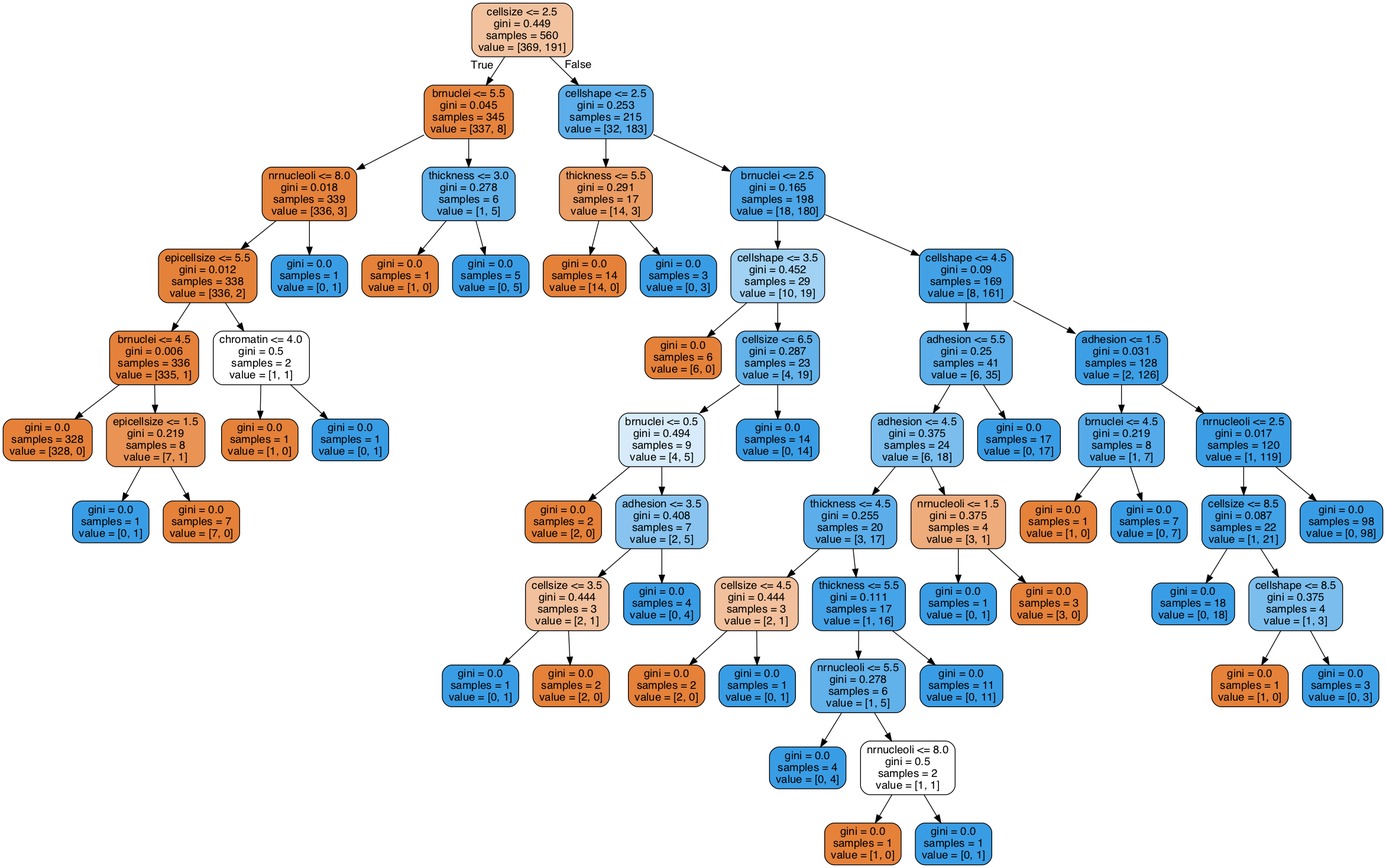
Earlier version of the Graphviz export DS_ml_techniques_3/bc_gini.png (ryanarbow/uw_data_science). Its source is kept beside it as DS_ml_techniques_3/bc_gini.dot. Its diagram source:
```dot
digraph Tree {
node [shape=box, style="filled, rounded", color="black", fontname=helvetica] ;
edge [fontname=helvetica] ;
0 [label="cellsize <= 2.5\ngini = 0.449\nsamples = 560\nvalue = [369, 191]", fillcolor="#f2c29f"] ;
1 [label="brnuclei <= 5.5\ngini = 0.045\nsamples = 345\nvalue = [337, 8]", fillcolor="#e6843e"] ;
0 -> 1 [labeldistance=2.5, labelangle=45, headlabel="True"] ;
2 [label="nrnucleoli <= 8.0\ngini = 0.018\nsamples = 339\nvalue = [336, 3]", fillcolor="#e5823b"] ;
1 -> 2 ;
3 [label="epicellsize <= 5.5\ngini = 0.012\nsamples = 338\nvalue = [336, 2]", fillcolor="#e5823a"] ;
2 -> 3 ;
4 [label="brnuclei <= 4.5\ngini = 0.006\nsamples = 336\nvalue = [335, 1]", fillcolor="#e5813a"] ;
3 -> 4 ;
5 [label="gini = 0.0\nsamples = 328\nvalue = [328, 0]", fillcolor="#e58139"] ;
4 -> 5 ;
6 [label="epicellsize <= 1.5\ngini = 0.219\nsamples = 8\nvalue = [7, 1]", fillcolor="#e99355"] ;
4 -> 6 ;
7 [label="gini = 0.0\nsamples = 1\nvalue = [0, 1]", fillcolor="#399de5"] ;
6 -> 7 ;
8 [label="gini = 0.0\nsamples = 7\nvalue = [7, 0]", fillcolor="#e58139"] ;
6 -> 8 ;
9 [label="chromatin <= 4.0\ngini = 0.5\nsamples = 2\nvalue = [1, 1]", fillcolor="#ffffff"] ;
3 -> 9 ;
10 [label="gini = 0.0\nsamples = 1\nvalue = [1, 0]", fillcolor="#e58139"] ;
9 -> 10 ;
11 [label="gini = 0.0\nsamples = 1\nvalue = [0, 1]", fillcolor="#399de5"] ;
9 -> 11 ;
12 [label="gini = 0.0\nsamples = 1\nvalue = [0, 1]", fillcolor="#399de5"] ;
2 -> 12 ;
13 [label="thickness <= 3.0\ngini = 0.278\nsamples = 6\nvalue = [1, 5]", fillcolor="#61b1ea"] ;
1 -> 13 ;
14 [label="gini = 0.0\nsamples = 1\nvalue = [1, 0]", fillcolor="#e58139"] ;
13 -> 14 ;
15 [label="gini = 0.0\nsamples = 5\nvalue = [0, 5]", fillcolor="#399de5"] ;
13 -> 15 ;
16 [label="cellshape <= 2.5\ngini = 0.253\nsamples = 215\nvalue = [32, 183]", fillcolor="#5caeea"] ;
0 -> 16 [labeldistance=2.5, labelangle=-45, headlabel="False"] ;
17 [label="thickness <= 5.5\ngini = 0.291\nsamples = 17\nvalue = [14, 3]", fillcolor="#eb9c63"] ;
16 -> 17 ;
18 [label="gini = 0.0\nsamples = 14\nvalue = [14, 0]", fillcolor="#e58139"] ;
17 -> 18 ;
19 [label="gini = 0.0\nsamples = 3\nvalue = [0, 3]", fillcolor="#399de5"] ;
17 -> 19 ;
20 [label="brnuclei <= 2.5\ngini = 0.165\nsamples = 198\nvalue = [18, 180]", fillcolor="#4da7e8"] ;
16 -> 20 ;
21 [label="cellshape <= 3.5\ngini = 0.452\nsamples = 29\nvalue = [10, 19]", fillcolor="#a1d1f3"] ;
20 -> 21 ;
22 [label="gini = 0.0\nsamples = 6\nvalue = [6, 0]", fillcolor="#e58139"] ;
21 -> 22 ;
23 [label="cellsize <= 6.5\ngini = 0.287\nsamples = 23\nvalue = [4, 19]", fillcolor="#63b2ea"] ;
21 -> 23 ;
24 [label="brnuclei <= 0.5\ngini = 0.494\nsamples = 9\nvalue = [4, 5]", fillcolor="#d7ebfa"] ;
23 -> 24 ;
25 [label="gini = 0.0\nsamples = 2\nvalue = [2, 0]", fillcolor="#e58139"] ;
24 -> 25 ;
26 [label="adhesion <= 3.5\ngini = 0.408\nsamples = 7\nvalue = [2, 5]", fillcolor="#88c4ef"] ;
24 -> 26 ;
27 [label="cellsize <= 3.5\ngini = 0.444\nsamples = 3\nvalue = [2, 1]", fillcolor="#f2c09c"] ;
26 -> 27 ;
28 [label="gini = 0.0\nsamples = 1\nvalue = [0, 1]", fillcolor="#399de5"] ;
27 -> 28 ;
29 [label="gini = 0.0\nsamples = 2\nvalue = [2, 0]", fillcolor="#e58139"] ;
27 -> 29 ;
30 [label="gini = 0.0\nsamples = 4\nvalue = [0, 4]", fillcolor="#399de5"] ;
26 -> 30 ;
31 [label="gini = 0.0\nsamples = 14\nvalue = [0, 14]", fillcolor="#399de5"] ;
23 -> 31 ;
32 [label="cellshape <= 4.5\ngini = 0.09\nsamples = 169\nvalue = [8, 161]", fillcolor="#43a2e6"] ;
20 -> 32 ;
33 [label="adhesion <= 5.5\ngini = 0.25\nsamples = 41\nvalue = [6, 35]", fillcolor="#5baee9"] ;
32 -> 33 ;
34 [label="adhesion <= 4.5\ngini = 0.375\nsamples = 24\nvalue = [6, 18]", fillcolor="#7bbeee"] ;
33 -> 34 ;
35 [label="thickness <= 4.5\ngini = 0.255\nsamples = 20\nvalue = [3, 17]", fillcolor="#5caeea"] ;
34 -> 35 ;
36 [label="cellsize <= 4.5\ngini = 0.444\nsamples = 3\nvalue = [2, 1]", fillcolor="#f2c09c"] ;
35 -> 36 ;
37 [label="gini = 0.0\nsamples = 2\nvalue = [2, 0]", fillcolor="#e58139"] ;
36 -> 37 ;
38 [label="gini = 0.0\nsamples = 1\nvalue = [0, 1]", fillcolor="#399de5"] ;
36 -> 38 ;
39 [label="thickness <= 5.5\ngini = 0.111\nsamples = 17\nvalue = [1, 16]", fillcolor="#45a3e7"] ;
35 -> 39 ;
40 [label="nrnucleoli <= 5.5\ngini = 0.278\nsamples = 6\nvalue = [1, 5]", fillcolor="#61b1ea"] ;
39 -> 40 ;
41 [label="gini = 0.0\nsamples = 4\nvalue = [0, 4]", fillcolor="#399de5"] ;
40 -> 41 ;
42 [label="nrnucleoli <= 8.0\ngini = 0.5\nsamples = 2\nvalue = [1, 1]", fillcolor="#ffffff"] ;
40 -> 42 ;
43 [label="gini = 0.0\nsamples = 1\nvalue = [1, 0]", fillcolor="#e58139"] ;
42 -> 43 ;
44 [label="gini = 0.0\nsamples = 1\nvalue = [0, 1]", fillcolor="#399de5"] ;
42 -> 44 ;
45 [label="gini = 0.0\nsamples = 11\nvalue = [0, 11]", fillcolor="#399de5"] ;
39 -> 45 ;
46 [label="nrnucleoli <= 1.5\ngini = 0.375\nsamples = 4\nvalue = [3, 1]", fillcolor="#eeab7b"] ;
34 -> 46 ;
47 [label="gini = 0.0\nsamples = 1\nvalue = [0, 1]", fillcolor="#399de5"] ;
46 -> 47 ;
48 [label="gini = 0.0\nsamples = 3\nvalue = [3, 0]", fillcolor="#e58139"] ;
46 -> 48 ;
49 [label="gini = 0.0\nsamples = 17\nvalue = [0, 17]", fillcolor="#399de5"] ;
33 -> 49 ;
50 [label="adhesion <= 1.5\ngini = 0.031\nsamples = 128\nvalue = [2, 126]", fillcolor="#3c9fe5"] ;
32 -> 50 ;
51 [label="brnuclei <= 4.5\ngini = 0.219\nsamples = 8\nvalue = [1, 7]", fillcolor="#55abe9"] ;
50 -> 51 ;
52 [label="gini = 0.0\nsamples = 1\nvalue = [1, 0]", fillcolor="#e58139"] ;
51 -> 52 ;
53 [label="gini = 0.0\nsamples = 7\nvalue = [0, 7]", fillcolor="#399de5"] ;
51 -> 53 ;
54 [label="nrnucleoli <= 2.5\ngini = 0.017\nsamples = 120\nvalue = [1, 119]", fillcolor="#3b9ee5"] ;
50 -> 54 ;
55 [label="cellsize <= 8.5\ngini = 0.087\nsamples = 22\nvalue = [1, 21]", fillcolor="#42a2e6"] ;
54 -> 55 ;
56 [label="gini = 0.0\nsamples = 18\nvalue = [0, 18]", fillcolor="#399de5"] ;
55 -> 56 ;
57 [label="cellshape <= 8.5\ngini = 0.375\nsamples = 4\nvalue = [1, 3]", fillcolor="#7bbeee"] ;
55 -> 57 ;
58 [label="gini = 0.0\nsamples = 1\nvalue = [1, 0]", fillcolor="#e58139"] ;
57 -> 58 ;
59 [label="gini = 0.0\nsamples = 3\nvalue = [0, 3]", fillcolor="#399de5"] ;
57 -> 59 ;
60 [label="gini = 0.0\nsamples = 98\nvalue = [0, 98]", fillcolor="#399de5"] ;
54 -> 60 ;
}
```
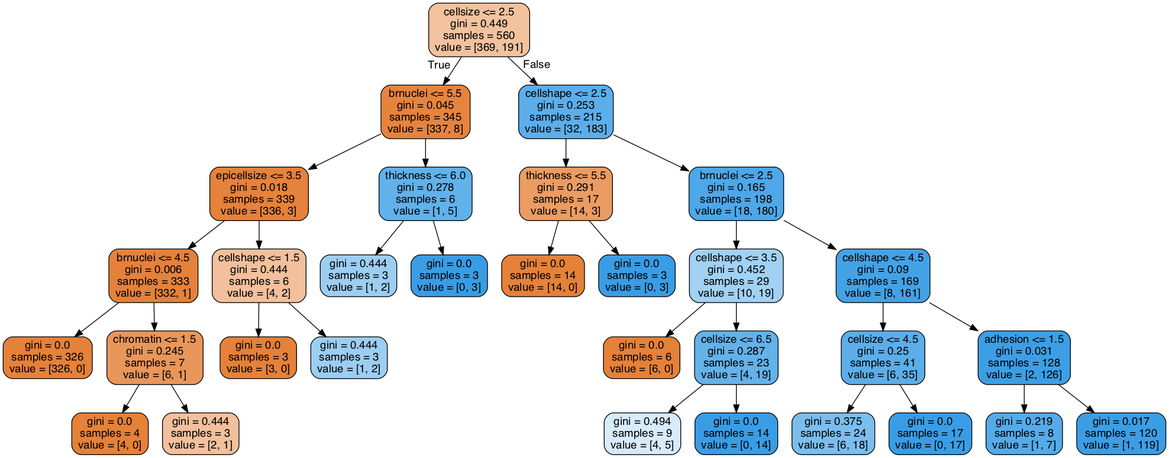
Above is the later version.

What changed in the source:
```diff
@@ -4,122 +4,62 @@
 0 [label="cellsize <= 2.5\ngini = 0.449\nsamples = 560\nvalue = [369, 191]", fillcolor="#f2c29f"] ;
 1 [label="brnuclei <= 5.5\ngini = 0.045\nsamples = 345\nvalue = [337, 8]", fillcolor="#e6843e"] ;
 0 -> 1 [labeldistance=2.5, labelangle=45, headlabel="True"] ;
-2 [label="nrnucleoli <= 8.0\ngini = 0.018\nsamples = 339\nvalue = [336, 3]", fillcolor="#e5823b"] ;
-1 -> 2 ;
-3 [label="epicellsize <= 5.5\ngini = 0.012\nsamples = 338\nvalue = [336, 2]", fillcolor="#e5823a"] ;
+5 [label="epicellsize <= 3.5\ngini = 0.018\nsamples = 339\nvalue = [336, 3]", fillcolor="#e5823b"] ;
+1 -> 5 ;
+15 [label="brnuclei <= 4.5\ngini = 0.006\nsamples = 333\nvalue = [332, 1]", fillcolor="#e5813a"] ;
+5 -> 15 ;
+25 [label="gini = 0.0\nsamples = 326\nvalue = [326, 0]", fillcolor="#e58139"] ;
+15 -> 25 ;
+26 [label="chromatin <= 1.5\ngini = 0.245\nsamples = 7\nvalue = [6, 1]", fillcolor="#e9965a"] ;
+15 -> 26 ;
+27 [label="gini = 0.0\nsamples = 4\nvalue = [4, 0]", fillcolor="#e58139"] ;
+26 -> 27 ;
+28 [label="gini = 0.444\nsamples = 3\nvalue = [2, 1]", fillcolor="#f2c09c"] ;
+26 -> 28 ;
+16 [label="cellshape <= 1.5\ngini = 0.444\nsamples = 6\nvalue = [4, 2]", fillcolor="#f2c09c"] ;
+5 -> 16 ;
+17 [label="gini = 0.0\nsamples = 3\nvalue = [3, 0]", fillcolor="#e58139"] ;
+16 -> 17 ;
+18 [label="gini = 0.444\nsamples = 3\nvalue = [1, 2]", fillcolor="#9ccef2"] ;
+16 -> 18 ;
+6 [label="thickness <= 6.0\ngini = 0.278\nsamples = 6\nvalue = [1, 5]", fillcolor="#61b1ea"] ;
+1 -> 6 ;
+23 [label="gini = 0.444\nsamples = 3\nvalue = [1, 2]", fillcolor="#9ccef2"] ;
+6 -> 23 ;
+24 [label="gini = 0.0\nsamples = 3\nvalue = [0, 3]", fillcolor="#399de5"] ;
+6 -> 24 ;
+2 [label="cellshape <= 2.5\ngini = 0.253\nsamples = 215\nvalue = [32, 183]", fillcolor="#5caeea"] ;
+0 -> 2 [labeldistance=2.5, labelangle=-45, headlabel="False"] ;
+3 [label="thickness <= 5.5\ngini = 0.291\nsamples = 17\nvalue = [14, 3]", fillcolor="#eb9c63"] ;
 2 -> 3 ;
-4 [label="brnuclei <= 4.5\ngini = 0.006\nsamples = 336\nvalue = [335, 1]", fillcolor="#e5813a"] ;
-3 -> 4 ;
-5 [label="gini = 0.0\nsamples = 328\nvalue = [328, 0]", fillcolor="#e58139"] ;
-4 -> 5 ;
-6 [label="epicellsize <= 1.5\ngini = 0.219\nsamples = 8\nvalue = [7, 1]", fillcolor="#e99355"] ;
-4 -> 6 ;
-7 [label="gini = 0.0\nsamples = 1\nvalue = [0, 1]", fillcolor="#399de5"] ;
-6 -> 7 ;
-8 [label="gini = 0.0\nsamples = 7\nvalue = [7, 0]", fillcolor="#e58139"] ;
-6 -> 8 ;
-9 [label="chromatin <= 4.0\ngini = 0.5\nsamples = 2\nvalue = [1, 1]", fillcolor="#ffffff"] ;
-3 -> 9 ;
-10 [label="gini = 0.0\nsamples = 1\nvalue = [1, 0]", fillcolor="#e58139"] ;
-9 -> 10 ;
-11 [label="gini = 0.0\nsamples = 1\nvalue = [0, 1]", fillcolor="#399de5"] ;
+7 [label="gini = 0.0\nsamples = 14\nvalue = [14, 0]", fillcolor="#e58139"] ;
+3 -> 7 ;
+8 [label="gini = 0.0\nsamples = 3\nvalue = [0, 3]", fillcolor="#399de5"] ;
+3 -> 8 ;
+4 [label="brnuclei <= 2.5\ngini = 0.165\nsamples = 198\nvalue = [18, 180]", fillcolor="#4da7e8"] ;
+2 -> 4 ;
+9 [label="cellshape <= 3.5\ngini = 0.452\nsamples = 29\nvalue = [10, 19]", fillcolor="#a1d1f3"] ;
+4 -> 9 ;
+11 [label="gini = 0.0\nsamples = 6\nvalue = [6, 0]", fillcolor="#e58139"] ;
 9 -> 11 ;
-12 [label="gini = 0.0\nsamples = 1\nvalue = [0, 1]", fillcolor="#399de5"] ;
-2 -> 12 ;
-13 [label="thickness <= 3.0\ngini = 0.278\nsamples = 6\nvalue = [1, 5]", fillcolor="#61b1ea"] ;
-1 -> 13 ;
-14 [label="gini = 0.0\nsamples = 1\nvalue = [1, 0]", fillcolor="#e58139"] ;
-13 -> 14 ;
-15 [label="gini = 0.0\nsamples = 5\nvalue = [0, 5]", fillcolor="#399de5"] ;
-13 -> 15 ;
-16 [label="cellshape <= 2.5\ngini = 0.253\nsamples = 215\nvalue = [32, 183]", fillcolor="#5caeea"] ;
-0 -> 16 [labeldistance=2.5, labelangle=-45, headlabel="False"] ;
-17 [label="thickness <= 5.5\ngini = 0.291\nsamples = 17\nvalue = [14, 3]", fillcolor="#eb9c63"] ;
-16 -> 17 ;
-18 [label="gini = 0.0\nsamples = 14\nvalue = [14, 0]", fillcolor="#e58139"] ;
-17 -> 18 ;
-19 [label="gini = 0.0\nsamples = 3\nvalue = [0, 3]", fillcolor="#399de5"] ;
-17 -> 19 ;
-20 [label="brnuclei <= 2.5\ngini = 0.165\nsamples = 198\nvalue = [18, 180]", fillcolor="#4da7e8"] ;
-16 -> 20 ;
-21 [label="cellshape <= 3.5\ngini = 0.452\nsamples = 29\nvalue = [10, 19]", fillcolor="#a1d1f3"] ;
-20 -> 21 ;
-22 [label="gini = 0.0\nsamples = 6\nvalue = [6, 0]", fillcolor="#e58139"] ;
-21 -> 22 ;
-23 [label="cellsize <= 6.5\ngini = 0.287\nsamples = 23\nvalue = [4, 19]", fillcolor="#63b2ea"] ;
-21 -> 23 ;
-24 [label="brnuclei <= 0.5\ngini = 0.494\nsamples = 9\nvalue = [4, 5]", fillcolor="#d7ebfa"] ;
-23 -> 24 ;
-25 [label="gini = 0.0\nsamples = 2\nvalue = [2, 0]", fillcolor="#e58139"] ;
-24 -> 25 ;
-26 [label="adhesion <= 3.5\ngini = 0.408\nsamples = 7\nvalue = [2, 5]", fillcolor="#88c4ef"] ;
-24 -> 26 ;
-27 [label="cellsize <= 3.5\ngini = 0.444\nsamples = 3\nvalue = [2, 1]", fillcolor="#f2c09c"] ;
-26 -> 27 ;
-28 [label="gini = 0.0\nsamples = 1\nvalue = [0, 1]", fillcolor="#399de5"] ;
-27 -> 28 ;
-29 [label="gini = 0.0\nsamples = 2\nvalue = [2, 0]", fillcolor="#e58139"] ;
-27 -> 29 ;
-30 [label="gini = 0.0\nsamples = 4\nvalue = [0, 4]", fillcolor="#399de5"] ;
-26 -> 30 ;
-31 [label="gini = 0.0\nsamples = 14\nvalue = [0, 14]", fillcolor="#399de5"] ;
-23 -> 31 ;
-32 [label="cellshape <= 4.5\ngini = 0.09\nsamples = 169\nvalue = [8, 161]", fillcolor="#43a2e6"] ;
-20 -> 32 ;
-33 [label="adhesion <= 5.5\ngini = 0.25\nsamples = 41\nvalue = [6, 35]", fillcolor="#5baee9"] ;
-32 -> 33 ;
-34 [label="adhesion <= 4.5\ngini = 0.375\nsamples = 24\nvalue = [6, 18]", fillcolor="#7bbeee"] ;
-33 -> 34 ;
-35 [label="thickness <= 4.5\ngini = 0.255\nsamples = 20\nvalue = [3, 17]", fillcolor="#5caeea"] ;
-34 -> 35 ;
-36 [label="cellsize <= 4.5\ngini = 0.444\nsamples = 3\nvalue = [2, 1]", fillcolor="#f2c09c"] ;
-35 -> 36 ;
-37 [label="gini = 0.0\nsamples = 2\nvalue = [2, 0]", fillcolor="#e58139"] ;
-36 -> 37 ;
-38 [label="gini = 0.0\nsamples = 1\nvalue = [0, 1]", fillcolor="#399de5"] ;
-36 -> 38 ;
-39 [label="thickness <= 5.5\ngini = 0.111\nsamples = 17\nvalue = [1, 16]", fillcolor="#45a3e7"] ;
-35 -> 39 ;
-40 [label="nrnucleoli <= 5.5\ngini = 0.278\nsamples = 6\nvalue = [1, 5]", fillcolor="#61b1ea"] ;
-39 -> 40 ;
-41 [label="gini = 0.0\nsamples = 4\nvalue = [0, 4]", fillcolor="#399de5"] ;
-40 -> 41 ;
-42 [label="nrnucleoli <= 8.0\ngini = 0.5\nsamples = 2\nvalue = [1, 1]", fillcolor="#ffffff"] ;
-40 -> 42 ;
-43 [label="gini = 0.0\nsamples = 1\nvalue = [1, 0]", fillcolor="#e58139"] ;
-42 -> 43 ;
-44 [label="gini = 0.0\nsamples = 1\nvalue = [0, 1]", fillcolor="#399de5"] ;
-42 -> 44 ;
-45 [label="gini = 0.0\nsamples = 11\nvalue = [0, 11]", fillcolor="#399de5"] ;
-39 -> 45 ;
-46 [label="nrnucleoli <= 1.5\ngini = 0.375\nsamples = 4\nvalue = [3, 1]", fillcolor="#eeab7b"] ;
-34 -> 46 ;
-47 [label="gini = 0.0\nsamples = 1\nvalue = [0, 1]", fillcolor="#399de5"] ;
-46 -> 47 ;
-48 [label="gini = 0.0\nsamples = 3\nvalue = [3, 0]", fillcolor="#e58139"] ;
-46 -> 48 ;
-49 [label="gini = 0.0\nsamples = 17\nvalue = [0, 17]", fillcolor="#399de5"] ;
-33 -> 49 ;
-50 [label="adhesion <= 1.5\ngini = 0.031\nsamples = 128\nvalue = [2, 126]", fillcolor="#3c9fe5"] ;
-32 -> 50 ;
-51 [label="brnuclei <= 4.5\ngini = 0.219\nsamples = 8\nvalue = [1, 7]", fillcolor="#55abe9"] ;
-50 -> 51 ;
-52 [label="gini = 0.0\nsamples = 1\nvalue = [1, 0]", fillcolor="#e58139"] ;
-51 -> 52 ;
-53 [label="gini = 0.0\nsamples = 7\nvalue = [0, 7]", fillcolor="#399de5"] ;
-51 -> 53 ;
-54 [label="nrnucleoli <= 2.5\ngini = 0.017\nsamples = 120\nvalue = [1, 119]", fillcolor="#3b9ee5"] ;
-50 -> 54 ;
-55 [label="cellsize <= 8.5\ngini = 0.087\nsamples = 22\nvalue = [1, 21]", fillcolor="#42a2e6"] ;
-54 -> 55 ;
-56 [label="gini = 0.0\nsamples = 18\nvalue = [0, 18]", fillcolor="#399de5"] ;
-55 -> 56 ;
-57 [label="cellshape <= 8.5\ngini = 0.375\nsamples = 4\nvalue = [1, 3]", fillcolor="#7bbeee"] ;
-55 -> 57 ;
-58 [label="gini = 0.0\nsamples = 1\nvalue = [1, 0]", fillcolor="#e58139"] ;
-57 -> 58 ;
-59 [label="gini = 0.0\nsamples = 3\nvalue = [0, 3]", fillcolor="#399de5"] ;
-57 -> 59 ;
-60 [label="gini = 0.0\nsamples = 98\nvalue = [0, 98]", fillcolor="#399de5"] ;
-54 -> 60 ;
+12 [label="cellsize <= 6.5\ngini = 0.287\nsamples = 23\nvalue = [4, 19]", fillcolor="#63b2ea"] ;
+9 -> 12 ;
+13 [label="gini = 0.494\nsamples = 9\nvalue = [4, 5]", fillcolor="#d7ebfa"] ;
+12 -> 13 ;
+14 [label="gini = 0.0\nsamples = 14\nvalue = [0, 14]", fillcolor="#399de5"] ;
+12 -> 14 ;
+10 [label="cellshape <= 4.5\ngini = 0.09\nsamples = 169\nvalue = [8, 161]", fillcolor="#43a2e6"] ;
+4 -> 10 ;
+19 [label="cellsize <= 4.5\ngini = 0.25\nsamples = 41\nvalue = [6, 35]", fillcolor="#5baee9"] ;
+10 -> 19 ;
+21 [label="gini = 0.375\nsamples = 24\nvalue = [6, 18]", fillcolor="#7bbeee"] ;
+19 -> 21 ;
+22 [label="gini = 0.0\nsamples = 17\nvalue = [0, 17]", fillcolor="#399de5"] ;
+19 -> 22 ;
+20 [label="adhesion <= 1.5\ngini = 0.031\nsamples = 128\nvalue = [2, 126]", fillcolor="#3c9fe5"] ;
+10 -> 20 ;
+29 [label="gini = 0.219\nsamples = 8\nvalue = [1, 7]", fillcolor="#55abe9"] ;
+20 -> 29 ;
+30 [label="gini = 0.017\nsamples = 120\nvalue = [1, 119]", fillcolor="#3b9ee5"] ;
+20 -> 30 ;
 }
```
